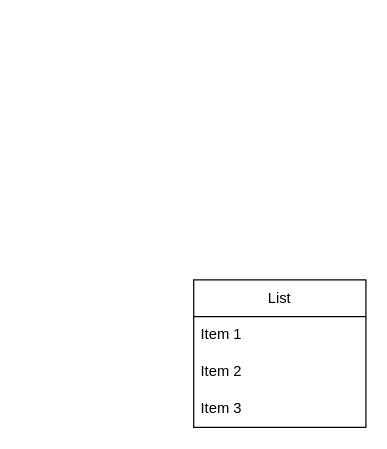
This is 3.SemsterProjekt.drawio from Slartibartfast421618/3.SemesterProjekt, a draw.io file, before an edit. Source tidied: cells renumbered, new cells numbered last; positions are measured from the earlier drawing's top-left corner, leaving out a move shared by most shapes. Both pictures are drawn from the tidied source at 123%, with x=0, y=0 at pixel (193, 279).
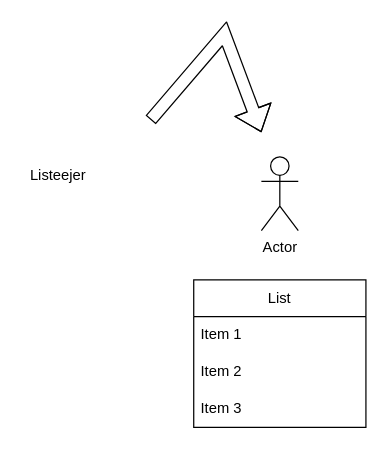
After the change.

Diff of the diagram source:
```diff
@@
 <mxGraphModel>
   <root>
     <mxCell id="0" />
     <mxCell id="1" parent="0" />
     <mxCell id="2" value="List" style="swimlane;fontStyle=0;horizontal=1;startSize=30;whiteSpace=wrap;html=1;" parent="1" vertex="1">
       <mxGeometry width="140" height="120" as="geometry" />
     </mxCell>
     <mxCell id="3" value="Item 1" style="text;strokeColor=none;fillColor=none;align=left;verticalAlign=middle;spacingLeft=4;spacingRight=4;overflow=hidden;whiteSpace=wrap;html=1;" parent="2" vertex="1">
       <mxGeometry y="30" width="140" height="30" as="geometry" />
     </mxCell>
     <mxCell id="4" value="Item 2" style="text;strokeColor=none;fillColor=none;align=left;verticalAlign=middle;spacingLeft=4;spacingRight=4;overflow=hidden;whiteSpace=wrap;html=1;" parent="2" vertex="1">
       <mxGeometry y="60" width="140" height="30" as="geometry" />
     </mxCell>
     <mxCell id="5" value="Item 3" style="text;strokeColor=none;fillColor=none;align=left;verticalAlign=middle;spacingLeft=4;spacingRight=4;overflow=hidden;whiteSpace=wrap;html=1;" parent="2" vertex="1">
       <mxGeometry y="90" width="140" height="30" as="geometry" />
     </mxCell>
+    <mxCell id="6" value="Actor" style="shape=umlActor;verticalLabelPosition=bottom;verticalAlign=top;html=1;" parent="1" vertex="1">
+      <mxGeometry x="55" y="-100" width="30" height="60" as="geometry" />
+    </mxCell>
+    <mxCell id="7" style="shape=flexArrow;endArrow=classic;html=1;rounded=0;" parent="1" edge="1">
+      <mxGeometry relative="1" as="geometry">
+        <mxPoint x="-35" y="-130" as="sourcePoint" />
+        <mxPoint x="55" y="-120" as="targetPoint" />
+        <Array as="points">
+          <mxPoint x="25" y="-200" />
+        </Array>
+      </mxGeometry>
+    </mxCell>
+    <mxCell id="8" value="Listeejer" style="text;html=1;align=center;verticalAlign=middle;whiteSpace=wrap;rounded=0;" parent="1" vertex="1">
+      <mxGeometry x="-140" y="-100" width="60" height="30" as="geometry" />
+    </mxCell>
   </root>
 </mxGraphModel>
```
